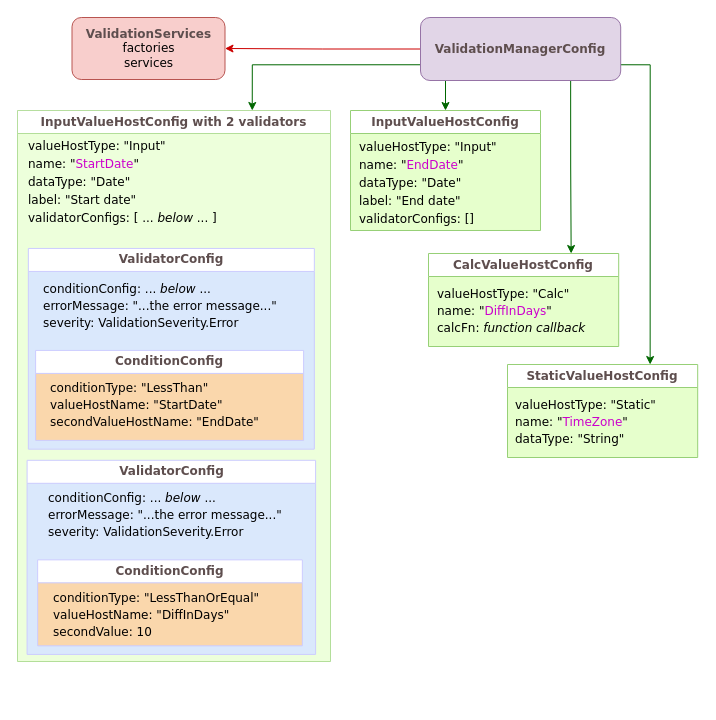
plblum/jivs keeps this draw.io diagram as docs/assets/Config_example.drawio. Above is the earlier version. Source tidied: cells renumbered, new cells numbered last; positions are measured from the earlier drawing's top-left corner, leaving out a move shared by most shapes. Both pictures are drawn from the tidied source at 100%, with x=0, y=0 at pixel (17, 17).
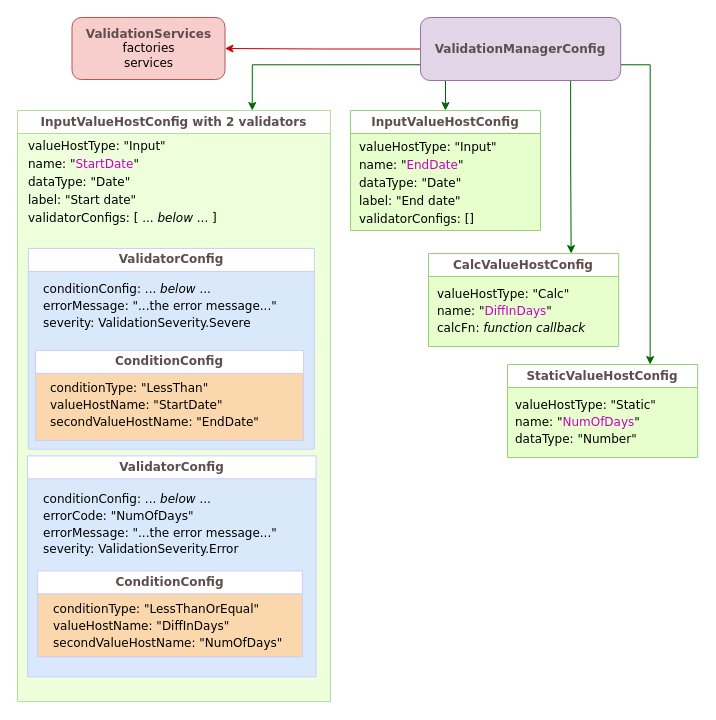
The same page after the edit.

The change refers to these unchanged cells:
```xml
<mxCell id="12" value="&lt;font face=&quot;Verdana&quot;&gt;ValidatorConfig&lt;/font&gt;" style="swimlane;horizontal=0;whiteSpace=wrap;html=1;rotation=90;strokeColor=#CCCCFF;fontColor=#5E4E4E;noLabel=0;swimlaneFillColor=#DAE8FC;" parent="9" vertex="1">
  <mxGeometry x="53.5" y="95.3" width="200.7" height="286" as="geometry" />
</mxCell>
<mxCell id="21" value="&lt;font face=&quot;Verdana&quot;&gt;StaticValueHostConfig&lt;/font&gt;" style="swimlane;whiteSpace=wrap;html=1;strokeColor=#97D077;swimlaneLine=1;fontColor=#5E4E4E;swimlaneFillColor=#E6FFCC;" parent="1" vertex="1">
  <mxGeometry x="490" y="347" width="190.2" height="93" as="geometry" />
</mxCell>
```

Change to the diagram source:
```diff
@@
     <mxCell id="9" value="&lt;font face=&quot;Verdana&quot; color=&quot;#5e4e4e&quot;&gt;InputValueHostConfig with 2 validators&lt;/font&gt;" style="swimlane;whiteSpace=wrap;html=1;strokeColor=#97D077;fontColor=#006600;opacity=70;swimlaneFillColor=#E6FFCC;" parent="1" vertex="1">
-      <mxGeometry y="93" width="313" height="551" as="geometry" />
+      <mxGeometry y="93" width="313" height="591.1" as="geometry" />
     </mxCell>
     <mxCell id="10" value="&lt;font face=&quot;Verdana&quot;&gt;ValidatorConfig&lt;/font&gt;" style="swimlane;horizontal=0;whiteSpace=wrap;html=1;rotation=90;strokeColor=#CCCCFF;fontColor=#5E4E4E;noLabel=0;swimlaneFillColor=#DAE8FC;" parent="9" vertex="1">
-      <mxGeometry x="56.8" y="302.6" width="194.1" height="288.5" as="geometry" />
+      <mxGeometry x="43.8" y="311.6" width="221" height="288.5" as="geometry" />
     </mxCell>
-    <mxCell id="11" value="&lt;p style=&quot;line-height: 140%;&quot;&gt;&lt;font face=&quot;Verdana&quot;&gt;conditionConfig: ... &lt;i&gt;below &lt;/i&gt;...&lt;br&gt;errorMessage: &quot;...the error message...&quot;&lt;br&gt;severity: ValidationSeverity.Error&lt;/font&gt;&lt;/p&gt;" style="whiteSpace=wrap;html=1;rounded=0;shadow=0;comic=0;labelBackgroundColor=none;strokeWidth=1;fontFamily=Verdana;fontSize=12;align=left;rotation=0;fillColor=none;strokeColor=none;spacing=4;" parent="10" vertex="1">
-      <mxGeometry x="-30" y="78" width="251" height="48.5" as="geometry" />
+    <mxCell id="11" value="&lt;p style=&quot;line-height: 140%;&quot;&gt;&lt;font face=&quot;Verdana&quot;&gt;conditionConfig: ... &lt;i&gt;below &lt;/i&gt;...&lt;br&gt;&lt;/font&gt;&lt;span style=&quot;background-color: initial;&quot;&gt;errorCode: &quot;NumOfDays&quot;&lt;br&gt;&lt;/span&gt;&lt;span style=&quot;background-color: initial;&quot;&gt;errorMessage: &quot;...the error message...&quot;&lt;br&gt;&lt;/span&gt;&lt;span style=&quot;background-color: initial;&quot;&gt;severity: ValidationSeverity.Error&lt;/span&gt;&lt;/p&gt;" style="whiteSpace=wrap;html=1;rounded=0;shadow=0;comic=0;labelBackgroundColor=none;strokeWidth=1;fontFamily=Verdana;fontSize=12;align=left;rotation=0;fillColor=none;strokeColor=none;spacing=4;" parent="10" vertex="1">
+      <mxGeometry x="-22" y="65" width="251" height="75" as="geometry" />
     </mxCell>
@@
-    <mxCell id="13" value="&lt;p style=&quot;line-height: 140%;&quot;&gt;&lt;font face=&quot;Verdana&quot;&gt;conditionConfig: ... &lt;i&gt;below &lt;/i&gt;...&lt;br&gt;errorMessage: &quot;...the error message...&quot;&lt;br&gt;severity: ValidationSeverity.Error&lt;/font&gt;&lt;/p&gt;" style="whiteSpace=wrap;html=1;rounded=0;shadow=0;comic=0;labelBackgroundColor=none;strokeWidth=1;fontFamily=Verdana;fontSize=12;align=left;rotation=0;fillColor=none;strokeColor=none;spacing=4;" parent="12" vertex="1">
+    <mxCell id="13" value="&lt;p style=&quot;line-height: 140%;&quot;&gt;&lt;font face=&quot;Verdana&quot;&gt;conditionConfig: ... &lt;i&gt;below &lt;/i&gt;...&lt;br&gt;errorMessage: &quot;...the error message...&quot;&lt;br&gt;severity: ValidationSeverity.Severe&lt;/font&gt;&lt;/p&gt;" style="whiteSpace=wrap;html=1;rounded=0;shadow=0;comic=0;labelBackgroundColor=none;strokeWidth=1;fontFamily=Verdana;fontSize=12;align=left;rotation=0;fillColor=none;strokeColor=none;spacing=4;" parent="12" vertex="1">
       <mxGeometry x="-31.9" y="76.9" width="260.9" height="48.5" as="geometry" />
     </mxCell>
@@
-    <mxCell id="22" value="&lt;p style=&quot;line-height: 140%;&quot;&gt;&lt;span style=&quot;background-color: initial;&quot;&gt;valueHostType&lt;/span&gt;&lt;font face=&quot;Verdana&quot;&gt;: &quot;Static&quot;&lt;br&gt;name: &quot;&lt;font color=&quot;#cc00cc&quot;&gt;TimeZone&lt;/font&gt;&quot;&lt;br&gt;dataType: &quot;String&quot;&lt;/font&gt;&lt;/p&gt;" style="rounded=0;whiteSpace=wrap;html=1;shadow=0;comic=0;labelBackgroundColor=none;strokeWidth=1;fontFamily=Verdana;fontSize=12;align=left;fillColor=none;strokeColor=none;spacing=4;" parent="21" vertex="1">
+    <mxCell id="22" value="&lt;p style=&quot;line-height: 140%;&quot;&gt;&lt;span style=&quot;background-color: initial;&quot;&gt;valueHostType&lt;/span&gt;&lt;font face=&quot;Verdana&quot;&gt;: &quot;Static&quot;&lt;br&gt;name: &quot;&lt;font color=&quot;#cc00cc&quot;&gt;NumOfDays&lt;/font&gt;&quot;&lt;br&gt;dataType: &quot;Number&quot;&lt;/font&gt;&lt;/p&gt;" style="rounded=0;whiteSpace=wrap;html=1;shadow=0;comic=0;labelBackgroundColor=none;strokeWidth=1;fontFamily=Verdana;fontSize=12;align=left;fillColor=none;strokeColor=none;spacing=4;" parent="21" vertex="1">
       <mxGeometry x="4" y="23" width="178" height="70" as="geometry" />
     </mxCell>
     <mxCell id="23" value="&lt;font face=&quot;Verdana&quot;&gt;ConditionConfig&lt;/font&gt;" style="swimlane;horizontal=0;whiteSpace=wrap;html=1;rotation=90;strokeColor=#CCCCFF;fontColor=#5E4E4E;swimlaneFillColor=#FAD7AC;" parent="1" vertex="1">
-      <mxGeometry x="109.5" y="453" width="86" height="264.7" as="geometry" />
+      <mxGeometry x="109.5" y="464" width="86" height="264.7" as="geometry" />
     </mxCell>
-    <mxCell id="24" value="&lt;p style=&quot;line-height: 140%;&quot;&gt;&lt;span style=&quot;background-color: initial;&quot;&gt;conditionType&lt;/span&gt;: &quot;LessThanOrEqual&quot;&lt;br&gt;valueHostName: &quot;DiffInDays&quot;&lt;br&gt;secondValue: 10&lt;/p&gt;" style="whiteSpace=wrap;html=1;rotation=0;fillColor=none;strokeColor=none;rounded=0;spacing=4;align=left;fontFamily=Verdana;" parent="23" vertex="1">
+    <mxCell id="24" value="&lt;p style=&quot;line-height: 140%;&quot;&gt;&lt;span style=&quot;background-color: initial;&quot;&gt;conditionType&lt;/span&gt;: &quot;LessThanOrEqual&quot;&lt;br&gt;valueHostName: &quot;DiffInDays&quot;&lt;br&gt;secondValueHostName: &quot;NumOfDays&quot;&lt;/p&gt;" style="whiteSpace=wrap;html=1;rotation=0;fillColor=none;strokeColor=none;rounded=0;spacing=4;align=left;fontFamily=Verdana;" parent="23" vertex="1">
       <mxGeometry x="-78" y="113.4" width="240.8" height="62.5" as="geometry" />
     </mxCell>
```
